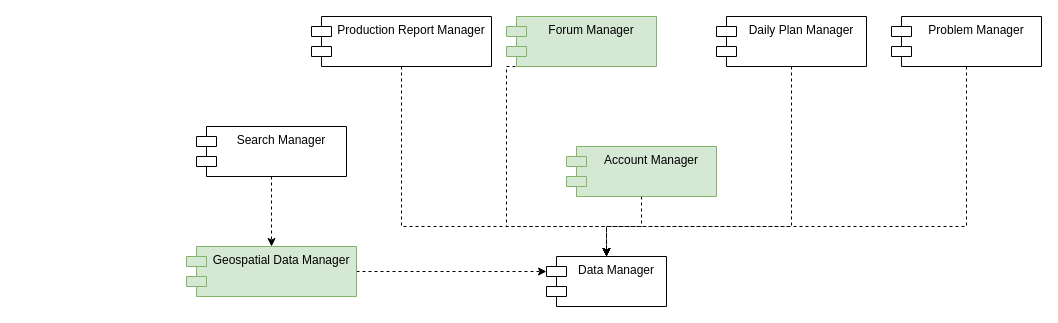
Above: page "AS - dependency" (1 of 2) of DD/diagrams/dependency and integration diagram.drawio in ictar/DREAM-SE2-Project-2022 (draw.io), before the change. Source tidied: cells renumbered, new cells numbered last; positions are measured from the earlier drawing's top-left corner, leaving out a move shared by most shapes. Both pictures are drawn from the tidied source at 100%, with x=0, y=0 at pixel (186, 16).
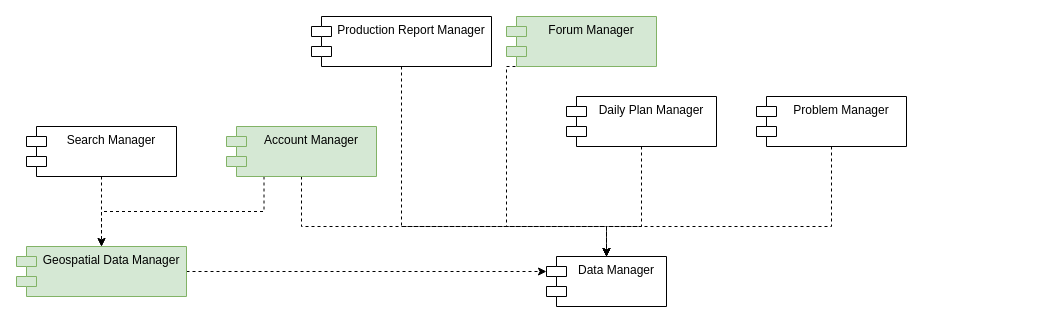
The same diagram, later.

The change refers to these unchanged cells:
```xml
<mxCell id="6" value="Data Manager" style="shape=module;align=left;spacingLeft=20;align=center;verticalAlign=top;fontColor=#000000;strokeColor=default;" parent="1" vertex="1">
  <mxGeometry x="360" y="240" width="120" height="50" as="geometry" />
</mxCell>
```

Change to the diagram source:
```diff
@@
     <mxCell id="2" style="edgeStyle=orthogonalEdgeStyle;rounded=0;jettySize=auto;html=1;exitX=0.5;exitY=1;exitDx=0;exitDy=0;dashed=1;entryX=0.5;entryY=0;entryDx=0;entryDy=0;" parent="1" edge="1" source="3" target="6">
       <mxGeometry relative="1" as="geometry">
         <Array as="points">
-          <mxPoint x="605" y="210" />
+          <mxPoint x="455" y="210" />
           <mxPoint x="420" y="210" />
         </Array>
       </mxGeometry>
     </mxCell>
     <mxCell id="3" value="Daily Plan Manager" style="shape=module;align=left;spacingLeft=20;align=center;verticalAlign=top;fontColor=#000000;strokeColor=default;" parent="1" vertex="1">
-      <mxGeometry x="530" width="150" height="50" as="geometry" />
+      <mxGeometry x="380" y="80" width="150" height="50" as="geometry" />
     </mxCell>
     <mxCell id="4" style="edgeStyle=orthogonalEdgeStyle;rounded=0;jettySize=auto;html=1;exitX=0.5;exitY=1;exitDx=0;exitDy=0;entryX=0.5;entryY=0;entryDx=0;entryDy=0;dashed=1;" parent="1" edge="1" source="5" target="6">
       <mxGeometry relative="1" as="geometry">
         <Array as="points">
-          <mxPoint x="780" y="210" />
+          <mxPoint x="645" y="210" />
           <mxPoint x="420" y="210" />
         </Array>
       </mxGeometry>
     </mxCell>
     <mxCell id="5" value="Problem Manager" style="shape=module;align=left;spacingLeft=20;align=center;verticalAlign=top;fontColor=#000000;strokeColor=default;" parent="1" vertex="1">
-      <mxGeometry x="705" width="150" height="50" as="geometry" />
+      <mxGeometry x="570" y="80" width="150" height="50" as="geometry" />
     </mxCell>
@@
-    <mxCell id="7" style="edgeStyle=orthogonalEdgeStyle;rounded=0;jettySize=auto;html=1;exitX=0.5;exitY=1;exitDx=0;exitDy=0;dashed=1;" parent="1" edge="1" source="8" target="6">
-      <mxGeometry relative="1" as="geometry" />
-    </mxCell>
-    <mxCell id="8" value="Account Manager" style="shape=module;align=left;spacingLeft=20;align=center;verticalAlign=top;strokeColor=#82b366;fillColor=#d5e8d4;" parent="1" vertex="1">
-      <mxGeometry x="380" y="130" width="150" height="50" as="geometry" />
-    </mxCell>
@@
     <mxCell id="12" value="Geospatial Data Manager" style="shape=module;align=left;spacingLeft=20;align=center;verticalAlign=top;strokeColor=#82b366;fillColor=#d5e8d4;" parent="1" vertex="1">
-      <mxGeometry y="230" width="170" height="50" as="geometry" />
+      <mxGeometry x="-170" y="230" width="170" height="50" as="geometry" />
     </mxCell>
@@
     <mxCell id="16" value="Search Manager" style="shape=module;align=left;spacingLeft=20;align=center;verticalAlign=top;fontColor=#000000;strokeColor=default;" parent="1" vertex="1">
-      <mxGeometry x="10" y="110" width="150" height="50" as="geometry" />
+      <mxGeometry x="-160" y="110" width="150" height="50" as="geometry" />
     </mxCell>
+    <mxCell id="17" style="edgeStyle=orthogonalEdgeStyle;rounded=0;jettySize=auto;html=1;exitX=0.5;exitY=1;exitDx=0;exitDy=0;dashed=1;" parent="1" edge="1" source="8">
+      <mxGeometry relative="1" as="geometry">
+        <mxPoint x="420" y="240" as="targetPoint" />
+        <Array as="points">
+          <mxPoint x="115" y="210" />
+          <mxPoint x="420" y="210" />
+        </Array>
+      </mxGeometry>
+    </mxCell>
+    <mxCell id="18" style="edgeStyle=orthogonalEdgeStyle;rounded=0;jettySize=auto;html=1;exitX=0.25;exitY=1;exitDx=0;exitDy=0;entryX=0.5;entryY=0;entryDx=0;entryDy=0;dashed=1;" parent="1" edge="1" source="8" target="12">
+      <mxGeometry relative="1" as="geometry" />
+    </mxCell>
+    <mxCell id="8" value="Account Manager" style="shape=module;align=left;spacingLeft=20;align=center;verticalAlign=top;strokeColor=#82b366;fillColor=#d5e8d4;" parent="1" vertex="1">
+      <mxGeometry x="40" y="110" width="150" height="50" as="geometry" />
+    </mxCell>
```
